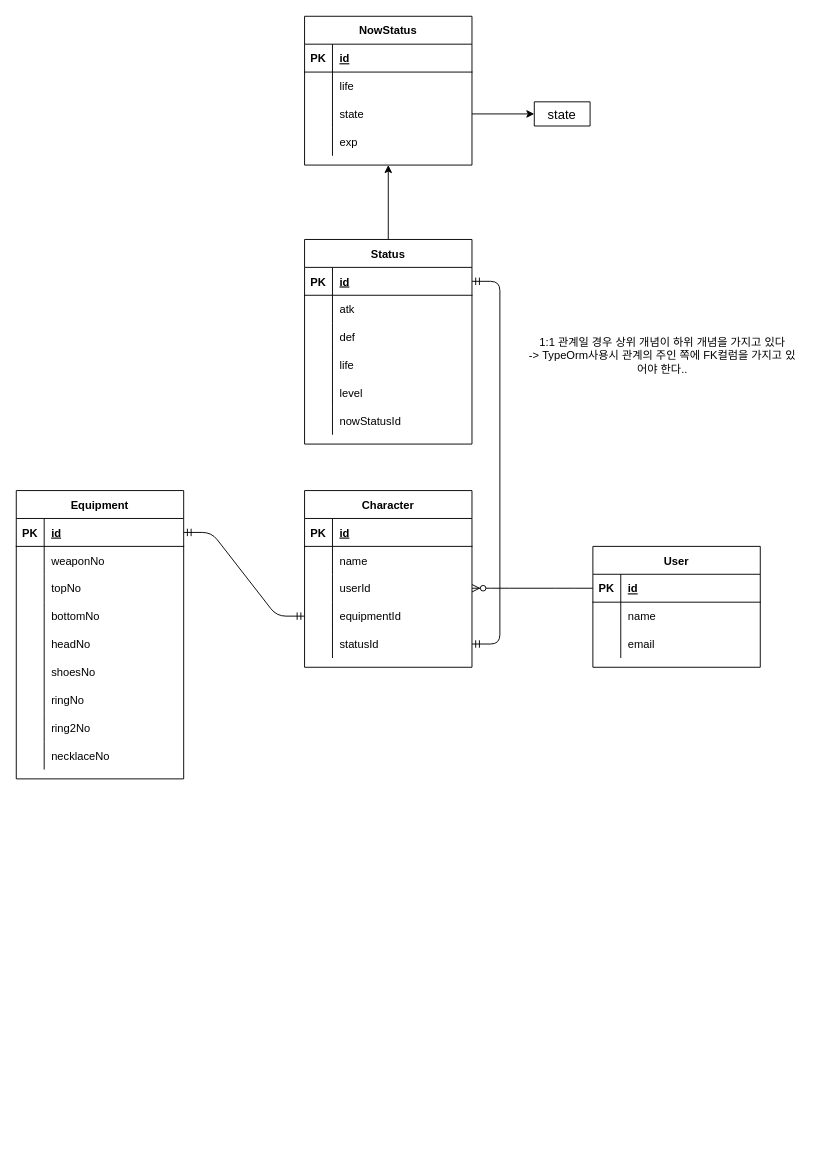
The draw.io diagram page "테이블" (2 of 2) of doc/설계_마인드맵.drawio in tjsahr0099/dev, before the edit. Source tidied: cells renumbered, new cells numbered last; positions are measured from the earlier drawing's top-left corner, leaving out a move shared by most shapes. Both pictures are drawn from the tidied source at 93%, with x=0, y=0 at pixel (16, 16).
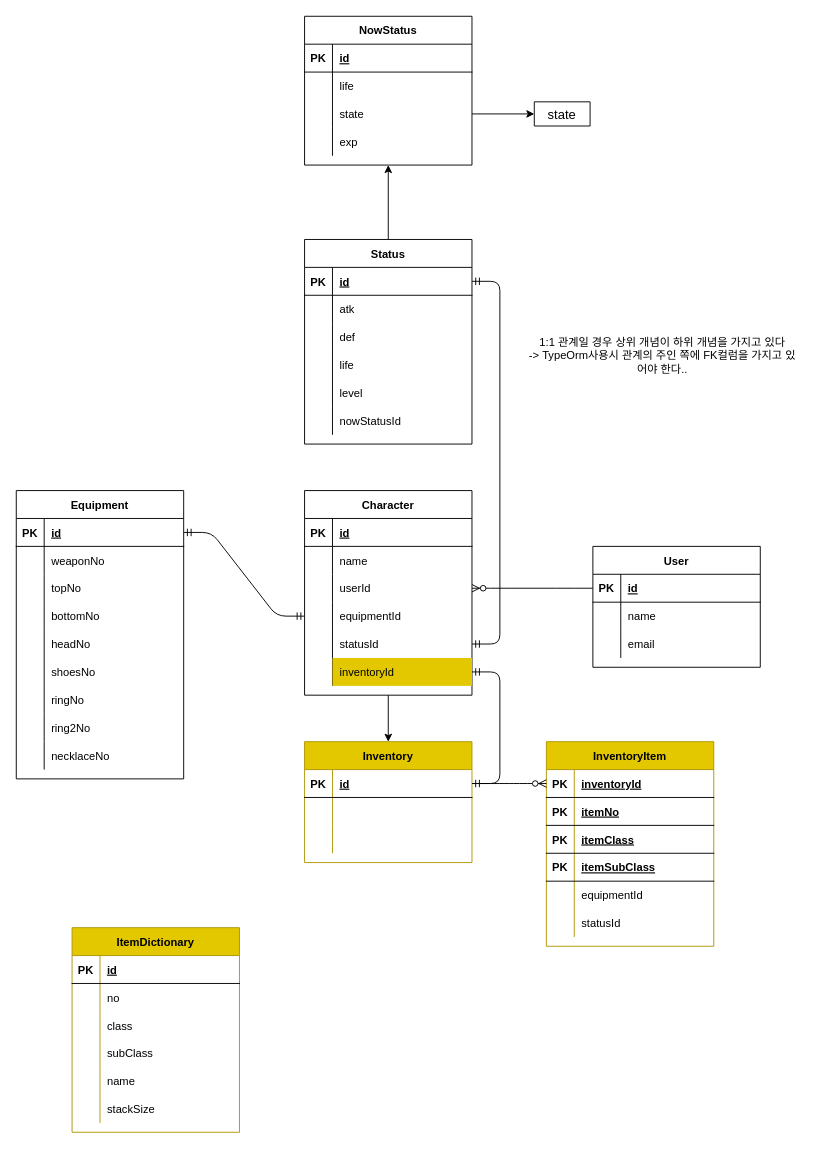
The same diagram, later.

Unchanged cells that the change refers to:
```xml
<mxCell id="60" style="shape=partialRectangle;fillColor=none;top=0;left=0;bottom=1;right=0;points=[[0,0.5],[1,0.5]];portConstraint=eastwest;" parent="59" vertex="1">
  <mxGeometry y="30" width="180" height="30" as="geometry" />
</mxCell>
```

The edit, as a diff of the source:
```diff
@@
+    <mxCell id="95" style="edgeStyle=orthogonalEdgeStyle;rounded=0;jettySize=auto;html=1;" parent="1" edge="1" source="3" target="99">
+      <mxGeometry relative="1" as="geometry" />
+    </mxCell>
     <mxCell id="3" value="Character" style="shape=table;startSize=30;childLayout=tableLayout;rowLines=0;fontStyle=1;align=center;" parent="1" vertex="1">
-      <mxGeometry x="310" y="510" width="180" height="190" as="geometry" />
+      <mxGeometry x="310" y="510" width="180" height="220" as="geometry" />
     </mxCell>
@@
+    <mxCell id="96" style="shape=partialRectangle;fillColor=none;top=0;left=0;bottom=0;right=0;points=[[0,0.5],[1,0.5]];portConstraint=eastwest;" parent="3" vertex="1">
+      <mxGeometry y="150" width="180" height="30" as="geometry" />
+    </mxCell>
+    <mxCell id="97" style="shape=partialRectangle;fillColor=none;top=0;left=0;bottom=0;right=0;overflow=hidden;" parent="96" vertex="1">
+      <mxGeometry width="30" height="30" as="geometry" />
+    </mxCell>
+    <mxCell id="98" value="statusId" style="shape=partialRectangle;fillColor=none;top=0;left=0;bottom=0;right=0;align=left;spacingLeft=6;overflow=hidden;" parent="96" vertex="1">
+      <mxGeometry x="30" width="150" height="30" as="geometry" />
+    </mxCell>
     <mxCell id="16" style="shape=partialRectangle;fillColor=none;top=0;left=0;bottom=0;right=0;points=[[0,0.5],[1,0.5]];portConstraint=eastwest;" parent="3" vertex="1">
-      <mxGeometry y="150" width="180" height="30" as="geometry" />
+      <mxGeometry y="180" width="180" height="30" as="geometry" />
     </mxCell>
@@
-    <mxCell id="18" value="statusId" style="shape=partialRectangle;fillColor=none;top=0;left=0;bottom=0;right=0;align=left;spacingLeft=6;overflow=hidden;" parent="16" vertex="1">
+    <mxCell id="18" value="inventoryId" style="shape=partialRectangle;fillColor=#e3c800;top=0;left=0;bottom=0;right=0;align=left;spacingLeft=6;overflow=hidden;strokeColor=#B09500;fontColor=#000000;" parent="16" vertex="1">
       <mxGeometry x="30" width="150" height="30" as="geometry" />
     </mxCell>
@@
-    <mxCell id="78" style="edgeStyle=entityRelationEdgeStyle;fontSize=12;html=1;endArrow=ERmandOne;startArrow=ERmandOne;entryX=1;entryY=0.5;entryDx=0;entryDy=0;exitX=1;exitY=0.5;exitDx=0;exitDy=0;" parent="1" edge="1" source="60" target="16">
+    <mxCell id="78" style="edgeStyle=entityRelationEdgeStyle;fontSize=12;html=1;endArrow=ERmandOne;startArrow=ERmandOne;entryX=1;entryY=0.5;entryDx=0;entryDy=0;exitX=1;exitY=0.5;exitDx=0;exitDy=0;" parent="1" edge="1" source="60" target="96">
       <mxGeometry relative="1" as="geometry" />
     </mxCell>
@@
+    <mxCell id="99" value="Inventory" style="shape=table;startSize=30;childLayout=tableLayout;rowLines=0;fontStyle=1;align=center;fillColor=#e3c800;strokeColor=#B09500;fontColor=#000000;" parent="1" vertex="1">
+      <mxGeometry x="310" y="780" width="180" height="130" as="geometry" />
+    </mxCell>
+    <mxCell id="100" style="shape=partialRectangle;fillColor=none;top=0;left=0;bottom=1;right=0;points=[[0,0.5],[1,0.5]];portConstraint=eastwest;" parent="99" vertex="1">
+      <mxGeometry y="30" width="180" height="30" as="geometry" />
+    </mxCell>
+    <mxCell id="101" value="PK" style="shape=partialRectangle;fillColor=none;top=0;left=0;bottom=0;right=0;fontStyle=1;overflow=hidden;" parent="100" vertex="1">
+      <mxGeometry width="30" height="30" as="geometry" />
+    </mxCell>
+    <mxCell id="102" value="id" style="shape=partialRectangle;fillColor=none;top=0;left=0;bottom=0;right=0;align=left;spacingLeft=6;fontStyle=5;overflow=hidden;" parent="100" vertex="1">
+      <mxGeometry x="30" width="150" height="30" as="geometry" />
+    </mxCell>
+    <mxCell id="103" style="shape=partialRectangle;fillColor=none;top=0;left=0;bottom=0;right=0;" parent="99" vertex="1">
+      <mxGeometry y="60" width="180" height="30" as="geometry" />
+    </mxCell>
+    <mxCell id="104" style="shape=partialRectangle;fillColor=none;top=0;left=0;bottom=0;right=0;overflow=hidden;" parent="103" vertex="1">
+      <mxGeometry width="30" height="30" as="geometry" />
+    </mxCell>
+    <mxCell id="105" style="shape=partialRectangle;fillColor=none;top=0;left=0;bottom=0;right=0;align=left;spacingLeft=6;overflow=hidden;" parent="103" vertex="1">
+      <mxGeometry x="30" width="150" height="30" as="geometry" />
+    </mxCell>
+    <mxCell id="106" style="shape=partialRectangle;fillColor=none;top=0;left=0;bottom=0;right=0;" parent="99" vertex="1">
+      <mxGeometry y="90" width="180" height="30" as="geometry" />
+    </mxCell>
+    <mxCell id="107" style="shape=partialRectangle;fillColor=none;top=0;left=0;bottom=0;right=0;overflow=hidden;" parent="106" vertex="1">
+      <mxGeometry width="30" height="30" as="geometry" />
+    </mxCell>
+    <mxCell id="108" style="shape=partialRectangle;fillColor=none;top=0;left=0;bottom=0;right=0;align=left;spacingLeft=6;overflow=hidden;" parent="106" vertex="1">
+      <mxGeometry x="30" width="150" height="30" as="geometry" />
+    </mxCell>
+    <mxCell id="109" value="InventoryItem" style="shape=table;startSize=30;childLayout=tableLayout;rowLines=0;fontStyle=1;align=center;fillColor=#e3c800;strokeColor=#B09500;fontColor=#000000;" parent="1" vertex="1">
+      <mxGeometry x="570" y="780" width="180" height="220" as="geometry" />
+    </mxCell>
+    <mxCell id="110" style="shape=partialRectangle;fillColor=none;top=0;left=0;bottom=1;right=0;points=[[0,0.5],[1,0.5]];portConstraint=eastwest;" parent="109" vertex="1">
+      <mxGeometry y="30" width="180" height="30" as="geometry" />
+    </mxCell>
+    <mxCell id="111" value="PK" style="shape=partialRectangle;fillColor=none;top=0;left=0;bottom=0;right=0;fontStyle=1;overflow=hidden;" parent="110" vertex="1">
+      <mxGeometry width="30" height="30" as="geometry" />
+    </mxCell>
+    <mxCell id="112" value="inventoryId" style="shape=partialRectangle;fillColor=none;top=0;left=0;bottom=0;right=0;align=left;spacingLeft=6;fontStyle=5;overflow=hidden;" parent="110" vertex="1">
+      <mxGeometry x="30" width="150" height="30" as="geometry" />
+    </mxCell>
+    <mxCell id="113" style="shape=partialRectangle;fillColor=none;top=0;left=0;bottom=1;right=0;" parent="109" vertex="1">
+      <mxGeometry y="60" width="180" height="30" as="geometry" />
+    </mxCell>
+    <mxCell id="114" value="PK" style="shape=partialRectangle;fillColor=none;top=0;left=0;bottom=0;right=0;fontStyle=1;overflow=hidden;" parent="113" vertex="1">
+      <mxGeometry width="30" height="30" as="geometry" />
+    </mxCell>
+    <mxCell id="115" value="itemNo" style="shape=partialRectangle;fillColor=none;top=0;left=0;bottom=0;right=0;align=left;spacingLeft=6;fontStyle=5;overflow=hidden;" parent="113" vertex="1">
+      <mxGeometry x="30" width="150" height="30" as="geometry" />
+    </mxCell>
+    <mxCell id="116" style="shape=partialRectangle;fillColor=none;top=0;left=0;bottom=1;right=0;" parent="109" vertex="1">
+      <mxGeometry y="90" width="180" height="30" as="geometry" />
+    </mxCell>
+    <mxCell id="117" value="PK" style="shape=partialRectangle;fillColor=none;top=0;left=0;bottom=0;right=0;fontStyle=1;overflow=hidden;" parent="116" vertex="1">
+      <mxGeometry width="30" height="30" as="geometry" />
+    </mxCell>
+    <mxCell id="118" value="itemClass" style="shape=partialRectangle;fillColor=none;top=0;left=0;bottom=0;right=0;align=left;spacingLeft=6;fontStyle=5;overflow=hidden;" parent="116" vertex="1">
+      <mxGeometry x="30" width="150" height="30" as="geometry" />
+    </mxCell>
+    <mxCell id="119" style="shape=partialRectangle;fillColor=none;top=0;left=0;bottom=1;right=0;" parent="109" vertex="1">
+      <mxGeometry y="120" width="180" height="30" as="geometry" />
+    </mxCell>
+    <mxCell id="120" value="PK" style="shape=partialRectangle;fillColor=none;top=0;left=0;bottom=0;right=0;fontStyle=1;overflow=hidden;" parent="119" vertex="1">
+      <mxGeometry width="30" height="30" as="geometry" />
+    </mxCell>
+    <mxCell id="121" value="itemSubClass" style="shape=partialRectangle;fillColor=none;top=0;left=0;bottom=0;right=0;align=left;spacingLeft=6;fontStyle=5;overflow=hidden;" parent="119" vertex="1">
+      <mxGeometry x="30" width="150" height="30" as="geometry" />
+    </mxCell>
+    <mxCell id="122" style="shape=partialRectangle;fillColor=none;top=0;left=0;bottom=0;right=0;" parent="109" vertex="1">
+      <mxGeometry y="150" width="180" height="30" as="geometry" />
+    </mxCell>
+    <mxCell id="123" style="shape=partialRectangle;fillColor=none;top=0;left=0;bottom=0;right=0;overflow=hidden;" parent="122" vertex="1">
+      <mxGeometry width="30" height="30" as="geometry" />
+    </mxCell>
+    <mxCell id="124" value="equipmentId" style="shape=partialRectangle;fillColor=none;top=0;left=0;bottom=0;right=0;align=left;spacingLeft=6;overflow=hidden;" parent="122" vertex="1">
+      <mxGeometry x="30" width="150" height="30" as="geometry" />
+    </mxCell>
+    <mxCell id="125" style="shape=partialRectangle;fillColor=none;top=0;left=0;bottom=0;right=0;" parent="109" vertex="1">
+      <mxGeometry y="180" width="180" height="30" as="geometry" />
+    </mxCell>
+    <mxCell id="126" style="shape=partialRectangle;fillColor=none;top=0;left=0;bottom=0;right=0;overflow=hidden;" parent="125" vertex="1">
+      <mxGeometry width="30" height="30" as="geometry" />
+    </mxCell>
+    <mxCell id="127" value="statusId" style="shape=partialRectangle;fillColor=none;top=0;left=0;bottom=0;right=0;align=left;spacingLeft=6;overflow=hidden;" parent="125" vertex="1">
+      <mxGeometry x="30" width="150" height="30" as="geometry" />
+    </mxCell>
+    <mxCell id="128" style="edgeStyle=entityRelationEdgeStyle;fontSize=12;html=1;endArrow=ERmandOne;startArrow=ERmandOne;entryX=1;entryY=0.5;entryDx=0;entryDy=0;exitX=1;exitY=0.5;exitDx=0;exitDy=0;" parent="1" edge="1" source="16" target="100">
+      <mxGeometry relative="1" as="geometry" />
+    </mxCell>
+    <mxCell id="129" style="edgeStyle=entityRelationEdgeStyle;fontSize=12;html=1;endArrow=ERzeroToMany;endFill=1;exitX=1;exitY=0.5;exitDx=0;exitDy=0;entryX=0;entryY=0.5;entryDx=0;entryDy=0;" parent="1" edge="1" source="100" target="110">
+      <mxGeometry relative="1" as="geometry" />
+    </mxCell>
+    <mxCell id="130" value="ItemDictionary" style="shape=table;startSize=30;childLayout=tableLayout;rowLines=0;fontStyle=1;align=center;fillColor=#e3c800;strokeColor=#B09500;fontColor=#000000;" parent="1" vertex="1">
+      <mxGeometry x="60" y="980" width="180" height="220" as="geometry" />
+    </mxCell>
+    <mxCell id="131" style="shape=partialRectangle;fillColor=none;top=0;left=0;bottom=1;right=0;" parent="130" vertex="1">
+      <mxGeometry y="30" width="180" height="30" as="geometry" />
+    </mxCell>
+    <mxCell id="132" value="PK" style="shape=partialRectangle;fillColor=none;top=0;left=0;bottom=0;right=0;fontStyle=1;overflow=hidden;" parent="131" vertex="1">
+      <mxGeometry width="30" height="30" as="geometry" />
+    </mxCell>
+    <mxCell id="133" value="id" style="shape=partialRectangle;fillColor=none;top=0;left=0;bottom=0;right=0;align=left;spacingLeft=6;fontStyle=5;overflow=hidden;" parent="131" vertex="1">
+      <mxGeometry x="30" width="150" height="30" as="geometry" />
+    </mxCell>
+    <mxCell id="134" style="shape=partialRectangle;fillColor=none;top=0;left=0;bottom=0;right=0;" parent="130" vertex="1">
+      <mxGeometry y="60" width="180" height="30" as="geometry" />
+    </mxCell>
+    <mxCell id="135" style="shape=partialRectangle;fillColor=none;top=0;left=0;bottom=0;right=0;overflow=hidden;" parent="134" vertex="1">
+      <mxGeometry width="30" height="30" as="geometry" />
+    </mxCell>
+    <mxCell id="136" value="no" style="shape=partialRectangle;fillColor=none;top=0;left=0;bottom=0;right=0;align=left;spacingLeft=6;overflow=hidden;" parent="134" vertex="1">
+      <mxGeometry x="30" width="150" height="30" as="geometry" />
+    </mxCell>
+    <mxCell id="137" style="shape=partialRectangle;fillColor=none;top=0;left=0;bottom=0;right=0;" parent="130" vertex="1">
+      <mxGeometry y="90" width="180" height="30" as="geometry" />
+    </mxCell>
+    <mxCell id="138" style="shape=partialRectangle;fillColor=none;top=0;left=0;bottom=0;right=0;overflow=hidden;" parent="137" vertex="1">
+      <mxGeometry width="30" height="30" as="geometry" />
+    </mxCell>
+    <mxCell id="139" value="class" style="shape=partialRectangle;fillColor=none;top=0;left=0;bottom=0;right=0;align=left;spacingLeft=6;overflow=hidden;" parent="137" vertex="1">
+      <mxGeometry x="30" width="150" height="30" as="geometry" />
+    </mxCell>
+    <mxCell id="140" style="shape=partialRectangle;fillColor=none;top=0;left=0;bottom=0;right=0;" parent="130" vertex="1">
+      <mxGeometry y="120" width="180" height="30" as="geometry" />
+    </mxCell>
+    <mxCell id="141" style="shape=partialRectangle;fillColor=none;top=0;left=0;bottom=0;right=0;overflow=hidden;" parent="140" vertex="1">
+      <mxGeometry width="30" height="30" as="geometry" />
+    </mxCell>
+    <mxCell id="142" value="subClass" style="shape=partialRectangle;fillColor=none;top=0;left=0;bottom=0;right=0;align=left;spacingLeft=6;overflow=hidden;" parent="140" vertex="1">
+      <mxGeometry x="30" width="150" height="30" as="geometry" />
+    </mxCell>
+    <mxCell id="143" style="shape=partialRectangle;fillColor=none;top=0;left=0;bottom=0;right=0;" parent="130" vertex="1">
+      <mxGeometry y="150" width="180" height="30" as="geometry" />
+    </mxCell>
+    <mxCell id="144" style="shape=partialRectangle;fillColor=none;top=0;left=0;bottom=0;right=0;overflow=hidden;" parent="143" vertex="1">
+      <mxGeometry width="30" height="30" as="geometry" />
+    </mxCell>
+    <mxCell id="145" value="name" style="shape=partialRectangle;fillColor=none;top=0;left=0;bottom=0;right=0;align=left;spacingLeft=6;overflow=hidden;" parent="143" vertex="1">
+      <mxGeometry x="30" width="150" height="30" as="geometry" />
+    </mxCell>
+    <mxCell id="146" style="shape=partialRectangle;fillColor=none;top=0;left=0;bottom=0;right=0;" parent="130" vertex="1">
+      <mxGeometry y="180" width="180" height="30" as="geometry" />
+    </mxCell>
+    <mxCell id="147" style="shape=partialRectangle;fillColor=none;top=0;left=0;bottom=0;right=0;overflow=hidden;" parent="146" vertex="1">
+      <mxGeometry width="30" height="30" as="geometry" />
+    </mxCell>
+    <mxCell id="148" value="stackSize" style="shape=partialRectangle;fillColor=none;top=0;left=0;bottom=0;right=0;align=left;spacingLeft=6;overflow=hidden;" parent="146" vertex="1">
+      <mxGeometry x="30" width="150" height="30" as="geometry" />
+    </mxCell>
```
